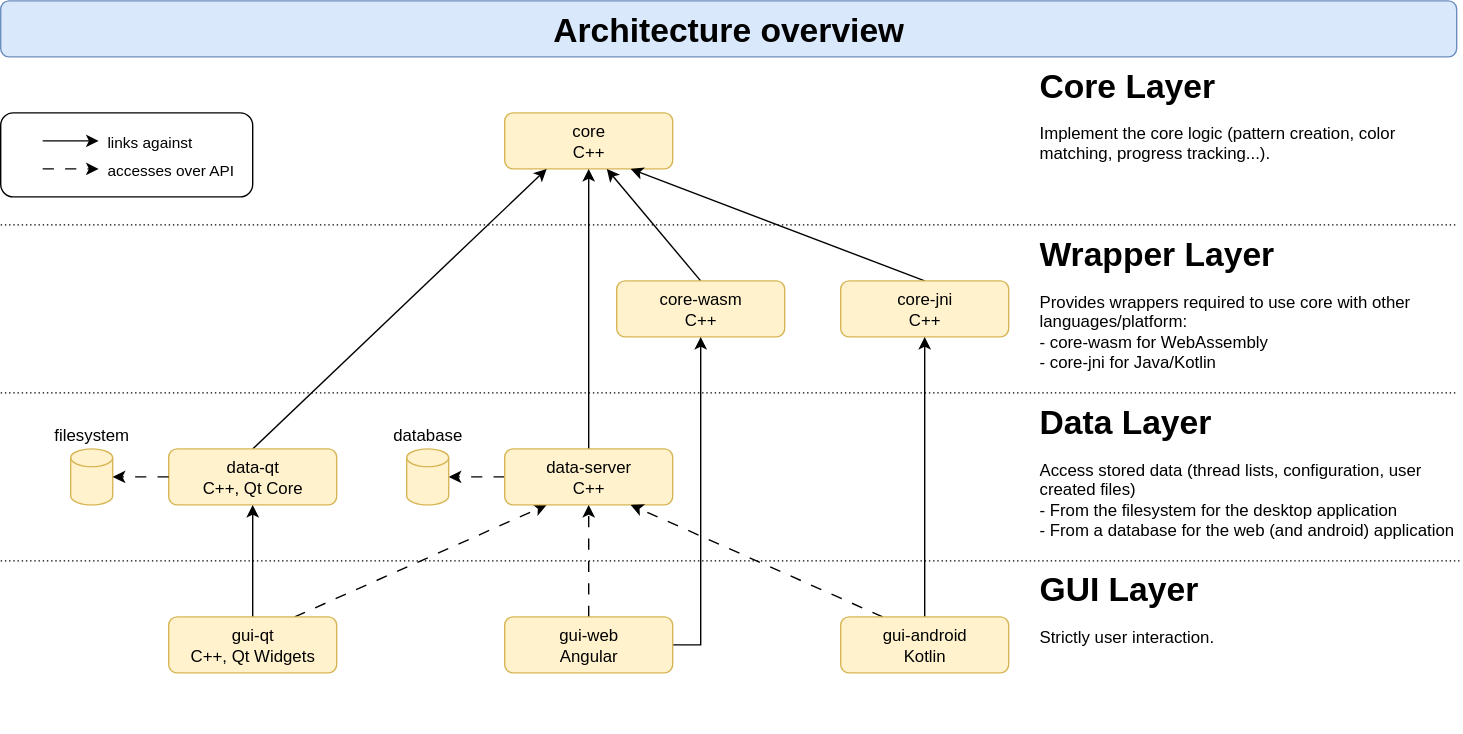
This is doc/architecture-overview.svg from polletfa/Kreuzstich, a draw.io export, as it was before one commit. Source tidied: cells renumbered, new cells last; positions are measured from the earlier drawing's top-left corner, leaving out a move shared by most shapes.
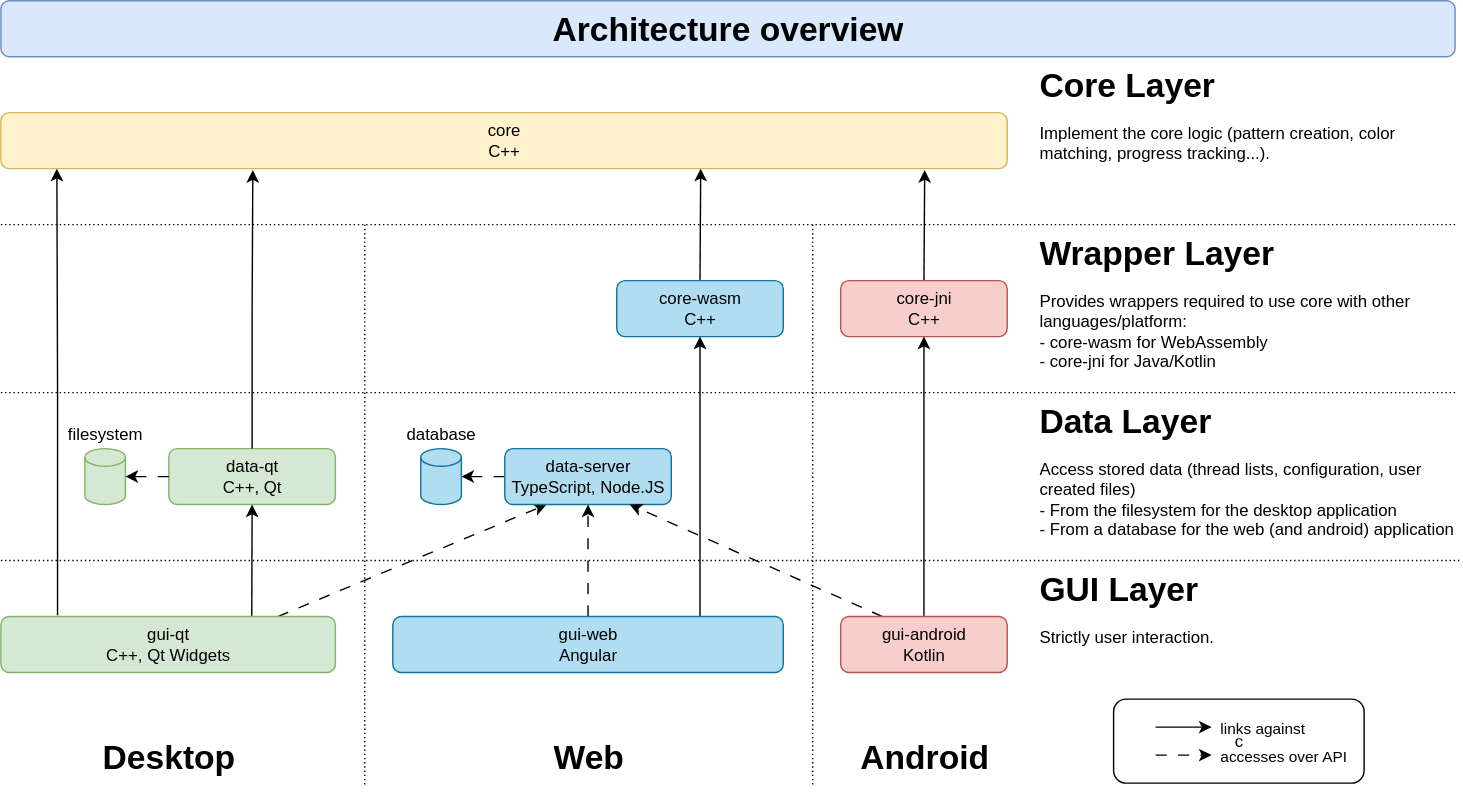
The same file after the commit.

Change to the diagram source:
```diff
@@ -2,41 +2,37 @@
   <root>
     <mxCell id="0" />
     <mxCell id="1" parent="0" />
-    <mxCell id="2" style="rounded=1;whiteSpace=wrap;html=1;fillColor=default;" parent="1" vertex="1">
-      <mxGeometry y="80" width="180" height="60" as="geometry" />
+    <mxCell id="2" value="c" style="rounded=1;whiteSpace=wrap;html=1;fillColor=default;" parent="1" vertex="1">
+      <mxGeometry x="795" y="499" width="179" height="60" as="geometry" />
     </mxCell>
-    <mxCell id="3" value="core&lt;div&gt;C++&lt;/div&gt;" style="rounded=1;whiteSpace=wrap;html=1;fillColor=#fff2cc;strokeColor=#d6b656;" parent="1" vertex="1">
-      <mxGeometry x="360" y="80" width="120" height="40" as="geometry" />
+    <mxCell id="3" value="core&lt;div&gt;C++&lt;/div&gt;" style="rounded=1;whiteSpace=wrap;html=1;fillColor=#fff2cc;strokeColor=#d6b656;points=[[0,0,0,0,0],[0,0.25,0,0,0],[0,0.5,0,0,0],[0,0.75,0,0,0],[0,1,0,0,0],[0.25,0,0,0,0],[0.25,1,0,0,0],[0.5,0,0,0,0],[0.5,1,0,0,0],[0.75,0,0,0,0],[0.75,1,0,0,0],[1,0,0,0,0],[1,0.25,0,0,0],[1,0.5,0,0,0],[1,0.75,0,0,0],[1,1,0,0,0]];" parent="1" vertex="1">
+      <mxGeometry y="80" width="719" height="40" as="geometry" />
     </mxCell>
-    <mxCell id="4" style="edgeStyle=none;rounded=0;jettySize=auto;html=1;exitX=0.5;exitY=0;exitDx=0;exitDy=0;entryX=0.25;entryY=1;entryDx=0;entryDy=0;" parent="1" edge="1" source="5" target="3">
-      <mxGeometry relative="1" as="geometry" />
-    </mxCell>
-    <mxCell id="5" value="data-qt&lt;div&gt;C++, Qt Core&lt;/div&gt;" style="rounded=1;whiteSpace=wrap;html=1;fillColor=#fff2cc;strokeColor=#d6b656;" parent="1" vertex="1">
-      <mxGeometry x="120" y="320" width="120" height="40" as="geometry" />
+    <mxCell id="5" value="data-qt&lt;div&gt;C++, Qt&lt;/div&gt;" style="rounded=1;whiteSpace=wrap;html=1;fillColor=#d5e8d4;strokeColor=#82b366;" parent="1" vertex="1">
+      <mxGeometry x="120" y="320" width="119" height="40" as="geometry" />
     </mxCell>
-    <mxCell id="6" style="edgeStyle=none;rounded=0;jettySize=auto;html=1;exitX=0.5;exitY=0;exitDx=0;exitDy=0;entryX=0.5;entryY=1;entryDx=0;entryDy=0;" parent="1" edge="1" source="8" target="5">
+    <mxCell id="6" style="edgeStyle=none;rounded=0;jettySize=auto;html=1;entryX=0.5;entryY=1;entryDx=0;entryDy=0;exitX=0.75;exitY=0;exitDx=0;exitDy=0;" parent="1" edge="1" source="8" target="5">
       <mxGeometry relative="1" as="geometry" />
     </mxCell>
-    <mxCell id="7" style="edgeStyle=none;rounded=0;jettySize=auto;html=1;exitX=0.75;exitY=0;exitDx=0;exitDy=0;entryX=0.25;entryY=1;entryDx=0;entryDy=0;dashed=1;dashPattern=8 8;" parent="1" edge="1" source="8" target="13">
+    <mxCell id="7" style="edgeStyle=none;rounded=0;jettySize=auto;html=1;exitX=0.828;exitY=0;exitDx=0;exitDy=0;entryX=0.25;entryY=1;entryDx=0;entryDy=0;dashed=1;dashPattern=8 8;exitPerimeter=0;" parent="1" edge="1" source="8" target="13">
       <mxGeometry relative="1" as="geometry" />
     </mxCell>
-    <mxCell id="8" value="gui-qt&lt;div&gt;C++, Qt Widgets&lt;/div&gt;" style="rounded=1;whiteSpace=wrap;html=1;fillColor=#fff2cc;strokeColor=#d6b656;" parent="1" vertex="1">
-      <mxGeometry x="120" y="440" width="120" height="40" as="geometry" />
+    <mxCell id="8" value="gui-qt&lt;div&gt;C++, Qt Widgets&lt;/div&gt;" style="rounded=1;whiteSpace=wrap;html=1;fillColor=#d5e8d4;strokeColor=#82b366;" parent="1" vertex="1">
+      <mxGeometry y="440" width="239" height="40" as="geometry" />
     </mxCell>
-    <mxCell id="9" style="rounded=0;jettySize=auto;html=1;exitX=0.5;exitY=0;exitDx=0;exitDy=0;entryX=0.608;entryY=1;entryDx=0;entryDy=0;entryPerimeter=0;" parent="1" edge="1" source="10" target="3">
-      <mxGeometry relative="1" as="geometry" />
+    <mxCell id="9" style="rounded=0;jettySize=auto;html=1;exitX=0.5;exitY=0;exitDx=0;exitDy=0;" parent="1" edge="1" source="10">
+      <mxGeometry relative="1" as="geometry">
+        <mxPoint x="500" y="120" as="targetPoint" />
+      </mxGeometry>
     </mxCell>
-    <mxCell id="10" value="core-wasm&lt;div&gt;C++&lt;/div&gt;" style="rounded=1;whiteSpace=wrap;html=1;fillColor=#fff2cc;strokeColor=#d6b656;" parent="1" vertex="1">
-      <mxGeometry x="440" y="200" width="120" height="40" as="geometry" />
+    <mxCell id="10" value="core-wasm&lt;div&gt;C++&lt;/div&gt;" style="rounded=1;whiteSpace=wrap;html=1;fillColor=#b1ddf0;strokeColor=#10739e;" parent="1" vertex="1">
+      <mxGeometry x="440" y="200" width="119" height="40" as="geometry" />
     </mxCell>
-    <mxCell id="11" style="edgeStyle=none;rounded=0;jettySize=auto;html=1;exitX=0.5;exitY=0;exitDx=0;exitDy=0;entryX=0.5;entryY=1;entryDx=0;entryDy=0;" parent="1" edge="1" source="13" target="3">
-      <mxGeometry x="0.3" relative="1" as="geometry" />
-    </mxCell>
     <mxCell id="12" style="edgeStyle=none;rounded=0;jettySize=auto;html=1;exitX=0;exitY=0.5;exitDx=0;exitDy=0;dashed=1;dashPattern=8 8;" parent="1" edge="1" source="13" target="23">
       <mxGeometry x="0.2" y="10" relative="1" as="geometry" />
     </mxCell>
-    <mxCell id="13" value="data-server&lt;div&gt;C++&lt;/div&gt;" style="rounded=1;whiteSpace=wrap;html=1;fillColor=#fff2cc;strokeColor=#d6b656;" parent="1" vertex="1">
-      <mxGeometry x="360" y="320" width="120" height="40" as="geometry" />
+    <mxCell id="13" value="data-server&lt;div&gt;TypeScript, Node.JS&lt;/div&gt;" style="rounded=1;whiteSpace=wrap;html=1;fillColor=#b1ddf0;strokeColor=#10739e;" parent="1" vertex="1">
+      <mxGeometry x="360" y="320" width="119" height="40" as="geometry" />
     </mxCell>
     <mxCell id="14" style="edgeStyle=orthogonalEdgeStyle;rounded=0;jettySize=auto;html=1;exitX=1;exitY=0.5;exitDx=0;exitDy=0;entryX=0.5;entryY=1;entryDx=0;entryDy=0;" parent="1" edge="1" source="16" target="10">
       <mxGeometry x="0.58" relative="1" as="geometry">
@@ -48,14 +44,14 @@
     <mxCell id="15" style="edgeStyle=none;rounded=0;jettySize=auto;html=1;exitX=0.5;exitY=0;exitDx=0;exitDy=0;entryX=0.5;entryY=1;entryDx=0;entryDy=0;dashed=1;dashPattern=8 8;" parent="1" edge="1" source="16" target="13">
       <mxGeometry relative="1" as="geometry" />
     </mxCell>
-    <mxCell id="16" value="gui-web&lt;div&gt;Angular&lt;/div&gt;" style="rounded=1;whiteSpace=wrap;html=1;fillColor=#fff2cc;strokeColor=#d6b656;" parent="1" vertex="1">
-      <mxGeometry x="360" y="440" width="120" height="40" as="geometry" />
+    <mxCell id="16" value="&lt;div&gt;gui-web&lt;div&gt;Angular&lt;/div&gt;&lt;/div&gt;" style="rounded=1;whiteSpace=wrap;html=1;fillColor=#b1ddf0;strokeColor=#10739e;" parent="1" vertex="1">
+      <mxGeometry x="280" y="440" width="279" height="40" as="geometry" />
     </mxCell>
-    <mxCell id="17" style="edgeStyle=none;rounded=0;jettySize=auto;html=1;exitX=0.5;exitY=0;exitDx=0;exitDy=0;entryX=0.75;entryY=1;entryDx=0;entryDy=0;" parent="1" edge="1" source="18" target="3">
+    <mxCell id="17" style="edgeStyle=none;rounded=0;jettySize=auto;html=1;exitX=0.5;exitY=0;exitDx=0;exitDy=0;entryX=0.918;entryY=1.025;entryDx=0;entryDy=0;entryPerimeter=0;" parent="1" edge="1" source="18" target="3">
       <mxGeometry relative="1" as="geometry" />
     </mxCell>
-    <mxCell id="18" value="core-jni&lt;div&gt;C++&lt;/div&gt;" style="rounded=1;whiteSpace=wrap;html=1;fillColor=#fff2cc;strokeColor=#d6b656;" parent="1" vertex="1">
-      <mxGeometry x="600" y="200" width="120" height="40" as="geometry" />
+    <mxCell id="18" value="core-jni&lt;div&gt;C++&lt;/div&gt;" style="rounded=1;whiteSpace=wrap;html=1;fillColor=#f8cecc;strokeColor=#b85450;" parent="1" vertex="1">
+      <mxGeometry x="600" y="200" width="119" height="40" as="geometry" />
     </mxCell>
     <mxCell id="19" style="edgeStyle=none;rounded=0;jettySize=auto;html=1;exitX=0.5;exitY=0;exitDx=0;exitDy=0;entryX=0.5;entryY=1;entryDx=0;entryDy=0;" parent="1" edge="1" source="21" target="18">
       <mxGeometry relative="1" as="geometry" />
@@ -63,22 +59,22 @@
     <mxCell id="20" style="edgeStyle=none;rounded=0;jettySize=auto;html=1;exitX=0.25;exitY=0;exitDx=0;exitDy=0;entryX=0.75;entryY=1;entryDx=0;entryDy=0;dashed=1;dashPattern=8 8;" parent="1" edge="1" source="21" target="13">
       <mxGeometry relative="1" as="geometry" />
     </mxCell>
-    <mxCell id="21" value="gui-android&lt;div&gt;Kotlin&lt;/div&gt;" style="rounded=1;whiteSpace=wrap;html=1;fillColor=#fff2cc;strokeColor=#d6b656;" parent="1" vertex="1">
-      <mxGeometry x="600" y="440" width="120" height="40" as="geometry" />
+    <mxCell id="21" value="&lt;div&gt;gui-android&lt;div&gt;Kotlin&lt;/div&gt;&lt;/div&gt;" style="rounded=1;whiteSpace=wrap;html=1;fillColor=#f8cecc;strokeColor=#b85450;" parent="1" vertex="1">
+      <mxGeometry x="600" y="440" width="119" height="40" as="geometry" />
     </mxCell>
-    <mxCell id="22" value="&lt;div&gt;&lt;span style=&quot;background-color: transparent; color: light-dark(rgb(0, 0, 0), rgb(255, 255, 255));&quot;&gt;filesystem&lt;/span&gt;&lt;/div&gt;&lt;div&gt;&lt;span style=&quot;background-color: transparent; color: light-dark(rgb(0, 0, 0), rgb(255, 255, 255));&quot;&gt;&lt;br&gt;&lt;/span&gt;&lt;/div&gt;&lt;div&gt;&lt;span style=&quot;background-color: transparent; color: light-dark(rgb(0, 0, 0), rgb(255, 255, 255));&quot;&gt;&lt;br&gt;&lt;/span&gt;&lt;/div&gt;&lt;div&gt;&lt;span style=&quot;background-color: transparent; color: light-dark(rgb(0, 0, 0), rgb(255, 255, 255));&quot;&gt;&lt;br&gt;&lt;/span&gt;&lt;/div&gt;&lt;div&gt;&lt;span style=&quot;background-color: transparent; color: light-dark(rgb(0, 0, 0), rgb(255, 255, 255));&quot;&gt;&lt;br&gt;&lt;/span&gt;&lt;/div&gt;&lt;div&gt;&lt;span style=&quot;background-color: transparent; color: light-dark(rgb(0, 0, 0), rgb(255, 255, 255));&quot;&gt;&lt;br&gt;&lt;/span&gt;&lt;/div&gt;" style="shape=cylinder3;whiteSpace=wrap;html=1;boundedLbl=1;backgroundOutline=1;size=6.333333333333343;fillColor=#fff2cc;strokeColor=#d6b656;" parent="1" vertex="1">
-      <mxGeometry x="50" y="320" width="30" height="40" as="geometry" />
+    <mxCell id="22" value="&lt;div&gt;&lt;span style=&quot;background-color: transparent; color: light-dark(rgb(0, 0, 0), rgb(255, 255, 255));&quot;&gt;filesystem&lt;/span&gt;&lt;/div&gt;&lt;div&gt;&lt;span style=&quot;background-color: transparent; color: light-dark(rgb(0, 0, 0), rgb(255, 255, 255));&quot;&gt;&lt;br&gt;&lt;/span&gt;&lt;/div&gt;&lt;div&gt;&lt;span style=&quot;background-color: transparent; color: light-dark(rgb(0, 0, 0), rgb(255, 255, 255));&quot;&gt;&lt;br&gt;&lt;/span&gt;&lt;/div&gt;&lt;div&gt;&lt;span style=&quot;background-color: transparent; color: light-dark(rgb(0, 0, 0), rgb(255, 255, 255));&quot;&gt;&lt;br&gt;&lt;/span&gt;&lt;/div&gt;&lt;div&gt;&lt;span style=&quot;background-color: transparent; color: light-dark(rgb(0, 0, 0), rgb(255, 255, 255));&quot;&gt;&lt;br&gt;&lt;/span&gt;&lt;/div&gt;&lt;div&gt;&lt;span style=&quot;background-color: transparent; color: light-dark(rgb(0, 0, 0), rgb(255, 255, 255));&quot;&gt;&lt;br&gt;&lt;/span&gt;&lt;/div&gt;" style="shape=cylinder3;whiteSpace=wrap;html=1;boundedLbl=1;backgroundOutline=1;size=6.333333333333343;fillColor=#d5e8d4;strokeColor=#82b366;" parent="1" vertex="1">
+      <mxGeometry x="60" y="320" width="29" height="40" as="geometry" />
     </mxCell>
-    <mxCell id="23" value="&lt;div&gt;&lt;span style=&quot;background-color: transparent; color: light-dark(rgb(0, 0, 0), rgb(255, 255, 255));&quot;&gt;database&lt;/span&gt;&lt;/div&gt;&lt;div&gt;&lt;span style=&quot;background-color: transparent; color: light-dark(rgb(0, 0, 0), rgb(255, 255, 255));&quot;&gt;&lt;br&gt;&lt;/span&gt;&lt;/div&gt;&lt;div&gt;&lt;span style=&quot;background-color: transparent; color: light-dark(rgb(0, 0, 0), rgb(255, 255, 255));&quot;&gt;&lt;br&gt;&lt;/span&gt;&lt;/div&gt;&lt;div&gt;&lt;span style=&quot;background-color: transparent; color: light-dark(rgb(0, 0, 0), rgb(255, 255, 255));&quot;&gt;&lt;br&gt;&lt;/span&gt;&lt;/div&gt;&lt;div&gt;&lt;span style=&quot;background-color: transparent; color: light-dark(rgb(0, 0, 0), rgb(255, 255, 255));&quot;&gt;&lt;br&gt;&lt;/span&gt;&lt;/div&gt;&lt;div&gt;&lt;span style=&quot;background-color: transparent; color: light-dark(rgb(0, 0, 0), rgb(255, 255, 255));&quot;&gt;&lt;br&gt;&lt;/span&gt;&lt;/div&gt;" style="shape=cylinder3;whiteSpace=wrap;html=1;boundedLbl=1;backgroundOutline=1;size=6.333333333333343;fillColor=#fff2cc;strokeColor=#d6b656;" parent="1" vertex="1">
-      <mxGeometry x="290" y="320" width="30" height="40" as="geometry" />
+    <mxCell id="23" value="&lt;div&gt;&lt;span style=&quot;background-color: transparent; color: light-dark(rgb(0, 0, 0), rgb(255, 255, 255));&quot;&gt;database&lt;/span&gt;&lt;/div&gt;&lt;div&gt;&lt;span style=&quot;background-color: transparent; color: light-dark(rgb(0, 0, 0), rgb(255, 255, 255));&quot;&gt;&lt;br&gt;&lt;/span&gt;&lt;/div&gt;&lt;div&gt;&lt;span style=&quot;background-color: transparent; color: light-dark(rgb(0, 0, 0), rgb(255, 255, 255));&quot;&gt;&lt;br&gt;&lt;/span&gt;&lt;/div&gt;&lt;div&gt;&lt;span style=&quot;background-color: transparent; color: light-dark(rgb(0, 0, 0), rgb(255, 255, 255));&quot;&gt;&lt;br&gt;&lt;/span&gt;&lt;/div&gt;&lt;div&gt;&lt;span style=&quot;background-color: transparent; color: light-dark(rgb(0, 0, 0), rgb(255, 255, 255));&quot;&gt;&lt;br&gt;&lt;/span&gt;&lt;/div&gt;&lt;div&gt;&lt;span style=&quot;background-color: transparent; color: light-dark(rgb(0, 0, 0), rgb(255, 255, 255));&quot;&gt;&lt;br&gt;&lt;/span&gt;&lt;/div&gt;" style="shape=cylinder3;whiteSpace=wrap;html=1;boundedLbl=1;backgroundOutline=1;size=6.333333333333343;fillColor=#b1ddf0;strokeColor=#10739e;" parent="1" vertex="1">
+      <mxGeometry x="300" y="320" width="29" height="40" as="geometry" />
     </mxCell>
     <mxCell id="24" style="edgeStyle=none;rounded=0;jettySize=auto;html=1;exitX=0;exitY=0.5;exitDx=0;exitDy=0;entryX=1;entryY=0.5;entryDx=0;entryDy=0;entryPerimeter=0;dashed=1;dashPattern=8 8;" parent="1" edge="1" source="5" target="22">
       <mxGeometry relative="1" as="geometry" />
     </mxCell>
     <mxCell id="25" style="edgeStyle=none;rounded=0;orthogonalLoop=1;jettySize=auto;html=1;exitX=0.5;exitY=0;exitDx=0;exitDy=0;" parent="1" edge="1">
       <mxGeometry relative="1" as="geometry">
-        <mxPoint x="30" y="100" as="sourcePoint" />
-        <mxPoint x="70" y="100" as="targetPoint" />
+        <mxPoint x="825" y="519" as="sourcePoint" />
+        <mxPoint x="865" y="519" as="targetPoint" />
       </mxGeometry>
     </mxCell>
     <mxCell id="26" value="links against" style="edgeLabel;html=1;align=center;verticalAlign=middle;" parent="25" vertex="1">
@@ -88,8 +84,8 @@
     </mxCell>
     <mxCell id="27" style="edgeStyle=none;rounded=0;orthogonalLoop=1;jettySize=auto;html=1;exitX=0.5;exitY=0;exitDx=0;exitDy=0;dashed=1;dashPattern=8 8;" parent="1" edge="1">
       <mxGeometry relative="1" as="geometry">
-        <mxPoint x="30" y="120" as="sourcePoint" />
-        <mxPoint x="70" y="120" as="targetPoint" />
+        <mxPoint x="825" y="539" as="sourcePoint" />
+        <mxPoint x="865" y="539" as="targetPoint" />
       </mxGeometry>
     </mxCell>
     <mxCell id="28" value="accesses over API" style="edgeLabel;html=1;align=center;verticalAlign=middle;" parent="27" vertex="1">
@@ -116,22 +112,54 @@
       </mxGeometry>
     </mxCell>
     <mxCell id="32" value="&lt;h1 style=&quot;margin-top: 0px; margin-bottom: 0px;&quot;&gt;&lt;font&gt;Core Layer&lt;/font&gt;&lt;/h1&gt;&lt;p&gt;Implement the core logic (pattern creation, color matching, progress tracking...).&lt;/p&gt;" style="text;html=1;whiteSpace=wrap;overflow=hidden;rounded=0;" parent="1" vertex="1">
-      <mxGeometry x="740" y="40" width="300" height="120" as="geometry" />
+      <mxGeometry x="740" y="40" width="299" height="120" as="geometry" />
     </mxCell>
     <mxCell id="33" value="&lt;h1 style=&quot;margin-top: 0px; margin-bottom: 0px;&quot;&gt;&lt;font&gt;Wrapper Layer&lt;/font&gt;&lt;/h1&gt;&lt;p&gt;Provides wrappers required to use core with other languages/platform:&lt;br&gt;- core-wasm for WebAssembly&lt;br&gt;- core-jni for Java/Kotlin&lt;/p&gt;" style="text;html=1;whiteSpace=wrap;overflow=hidden;rounded=0;" parent="1" vertex="1">
-      <mxGeometry x="740" y="160" width="300" height="120" as="geometry" />
+      <mxGeometry x="740" y="160" width="299" height="120" as="geometry" />
     </mxCell>
     <mxCell id="34" value="&lt;h1 style=&quot;margin-top: 0px; margin-bottom: 0px;&quot;&gt;&lt;font&gt;Data Layer&lt;/font&gt;&lt;/h1&gt;&lt;p&gt;Access stored data (thread lists, configuration, user created files)&lt;br&gt;- From the filesystem for the desktop application&lt;br&gt;- From a database for the web (and android) application&lt;/p&gt;" style="text;html=1;whiteSpace=wrap;overflow=hidden;rounded=0;" parent="1" vertex="1">
-      <mxGeometry x="740" y="280" width="300" height="120" as="geometry" />
+      <mxGeometry x="740" y="280" width="299" height="120" as="geometry" />
     </mxCell>
     <mxCell id="35" value="&lt;h1 style=&quot;margin-top: 0px; margin-bottom: 0px;&quot;&gt;&lt;font&gt;GUI Layer&lt;/font&gt;&lt;/h1&gt;&lt;p&gt;Strictly user interaction.&lt;/p&gt;" style="text;html=1;whiteSpace=wrap;overflow=hidden;rounded=0;" parent="1" vertex="1">
-      <mxGeometry x="740" y="400" width="300" height="120" as="geometry" />
+      <mxGeometry x="740" y="400" width="299" height="120" as="geometry" />
     </mxCell>
     <mxCell id="36" value="&lt;h1 style=&quot;margin-top: 0px;&quot;&gt;Architecture overview&lt;/h1&gt;" style="text;html=1;whiteSpace=wrap;overflow=hidden;rounded=1;strokeColor=#6c8ebf;align=center;fillColor=#dae8fc;" parent="1" vertex="1">
-      <mxGeometry width="1040" height="40" as="geometry" />
+      <mxGeometry width="1039" height="40" as="geometry" />
     </mxCell>
     <mxCell id="37" style="edgeStyle=orthogonalEdgeStyle;rounded=0;orthogonalLoop=1;jettySize=auto;html=1;exitX=0.5;exitY=1;exitDx=0;exitDy=0;" parent="1" edge="1" source="2" target="2">
       <mxGeometry relative="1" as="geometry" />
     </mxCell>
+    <mxCell id="38" style="edgeStyle=orthogonalEdgeStyle;rounded=0;jettySize=auto;html=1;exitX=0.5;exitY=0;exitDx=0;exitDy=0;" parent="1" edge="1" source="5">
+      <mxGeometry relative="1" as="geometry">
+        <mxPoint x="180" y="121" as="targetPoint" />
+      </mxGeometry>
+    </mxCell>
+    <mxCell id="39" style="edgeStyle=orthogonalEdgeStyle;rounded=0;orthogonalLoop=1;jettySize=auto;html=1;entryX=0.038;entryY=1.025;entryDx=0;entryDy=0;entryPerimeter=0;exitX=0.116;exitY=0;exitDx=0;exitDy=0;exitPerimeter=0;" parent="1" edge="1">
+      <mxGeometry relative="1" as="geometry">
+        <mxPoint x="40.5" y="439" as="sourcePoint" />
+        <mxPoint x="40" y="120" as="targetPoint" />
+      </mxGeometry>
+    </mxCell>
+    <mxCell id="40" value="&lt;h1 style=&quot;margin-top: 0px;&quot;&gt;Desktop&lt;br&gt;&lt;/h1&gt;" style="text;html=1;whiteSpace=wrap;overflow=hidden;rounded=0;align=center;" parent="1" vertex="1">
+      <mxGeometry y="520" width="240" height="40" as="geometry" />
+    </mxCell>
+    <mxCell id="41" value="&lt;h1 style=&quot;margin-top: 0px;&quot;&gt;Web&lt;/h1&gt;" style="text;html=1;whiteSpace=wrap;overflow=hidden;rounded=0;align=center;" parent="1" vertex="1">
+      <mxGeometry x="280" y="520" width="280" height="40" as="geometry" />
+    </mxCell>
+    <mxCell id="42" value="&lt;h1 style=&quot;margin-top: 0px;&quot;&gt;Android&lt;/h1&gt;" style="text;html=1;whiteSpace=wrap;overflow=hidden;rounded=0;align=center;" parent="1" vertex="1">
+      <mxGeometry x="600" y="520" width="120" height="39" as="geometry" />
+    </mxCell>
+    <mxCell id="43" style="endArrow=none;html=1;rounded=0;dashed=1;dashPattern=1 2;" parent="1" edge="1">
+      <mxGeometry relative="1" as="geometry">
+        <mxPoint x="260" y="160" as="sourcePoint" />
+        <mxPoint x="260" y="560" as="targetPoint" />
+      </mxGeometry>
+    </mxCell>
+    <mxCell id="44" style="endArrow=none;html=1;rounded=0;dashed=1;dashPattern=1 2;" parent="1" edge="1">
+      <mxGeometry relative="1" as="geometry">
+        <mxPoint x="580" y="160" as="sourcePoint" />
+        <mxPoint x="580" y="560" as="targetPoint" />
+      </mxGeometry>
+    </mxCell>
   </root>
 </mxGraphModel>
```
